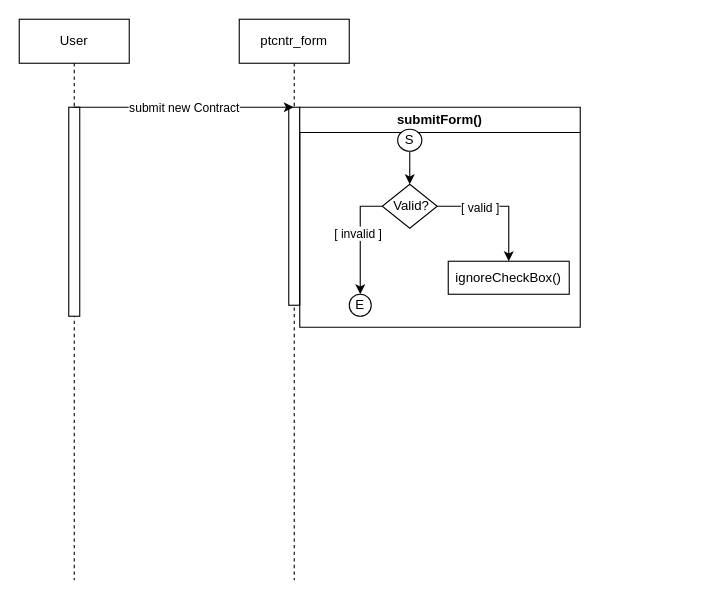
Before: Contract_Input_Form SequenceDiagram.drawio in mujianlo/hrpt_drawio, a draw.io diagram. Source tidied: cells renumbered, new cells numbered last; positions are measured from the earlier drawing's top-left corner, leaving out a move shared by most shapes. Both pictures are drawn from the tidied source at 110%, with x=0, y=0 at pixel (19, 19).
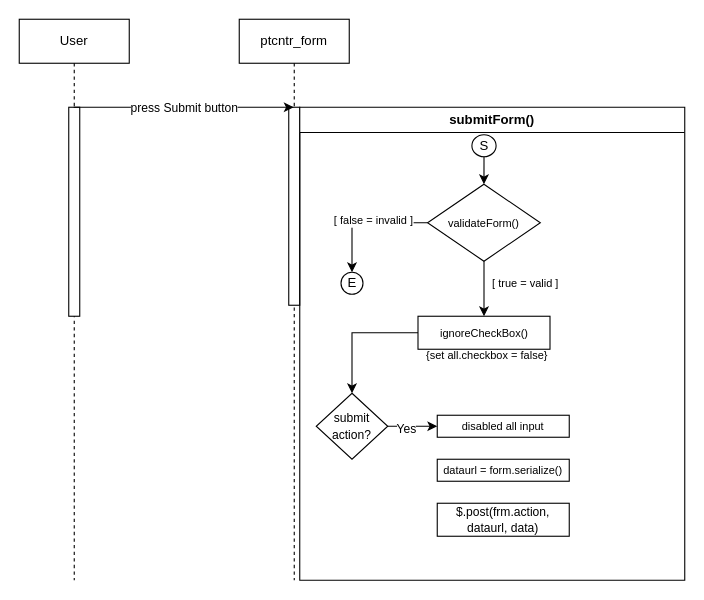
The same diagram, later.

Unchanged cells that the change refers to:
```xml
<mxCell id="6" style="endArrow=classic;html=1;rounded=0;" parent="1" edge="1" source="4" target="2">
  <mxGeometry relative="1" as="geometry">
    <Array as="points">
      <mxPoint x="130" y="80" />
    </Array>
  </mxGeometry>
</mxCell>
<mxCell id="11" style="edgeStyle=orthogonalEdgeStyle;rounded=0;jettySize=auto;html=1;" parent="8" edge="1" source="13" target="14">
  <mxGeometry relative="1" as="geometry" />
</mxCell>
```

The edit, as a diff of the source:
```diff
@@
-    <mxCell id="7" value="&lt;div&gt;submit new Contract&lt;/div&gt;" style="edgeLabel;html=1;align=center;verticalAlign=middle;" parent="6" vertex="1">
+    <mxCell id="7" value="press Submit button" style="edgeLabel;html=1;align=center;verticalAlign=middle;" parent="6" vertex="1">
       <mxGeometry relative="1" as="geometry" />
     </mxCell>
     <mxCell id="8" value="submitForm()" style="swimlane;whiteSpace=wrap;html=1;" parent="1" vertex="1">
-      <mxGeometry x="255" y="80" width="255" height="200" as="geometry" />
+      <mxGeometry x="255" y="80" width="350" height="430" as="geometry" />
     </mxCell>
+    <mxCell id="10" value="S" style="ellipse;whiteSpace=wrap;html=1;" parent="8" vertex="1">
+      <mxGeometry x="156.5" y="25" width="22" height="20" as="geometry" />
+    </mxCell>
-    <mxCell id="9" style="edgeStyle=orthogonalEdgeStyle;rounded=0;jettySize=auto;html=1;" parent="8" edge="1" source="10" target="13">
+    <mxCell id="9" style="edgeStyle=orthogonalEdgeStyle;rounded=0;jettySize=auto;html=1;entryX=0.5;entryY=0;entryDx=0;entryDy=0;" parent="8" edge="1" source="10" target="13">
       <mxGeometry relative="1" as="geometry" />
     </mxCell>
-    <mxCell id="10" value="S" style="ellipse;whiteSpace=wrap;html=1;" parent="8" vertex="1">
-      <mxGeometry x="89" y="20" width="22" height="20" as="geometry" />
-    </mxCell>
+    <mxCell id="13" value="&lt;font style=&quot;font-size: 10px;&quot;&gt;validateForm()&lt;/font&gt;" style="rhombus;whiteSpace=wrap;html=1;" parent="8" vertex="1">
+      <mxGeometry x="116.2" y="70" width="102.5" height="70" as="geometry" />
+    </mxCell>
+    <mxCell id="17" value="E" style="ellipse;whiteSpace=wrap;html=1;" parent="8" vertex="1">
+      <mxGeometry x="37.5" y="150" width="20" height="20" as="geometry" />
+    </mxCell>
+    <mxCell id="15" style="edgeStyle=orthogonalEdgeStyle;rounded=0;jettySize=auto;html=1;exitX=0;exitY=0.5;exitDx=0;exitDy=0;" parent="8" edge="1" source="13" target="17">
+      <mxGeometry relative="1" as="geometry" />
+    </mxCell>
+    <mxCell id="16" value="&lt;font style=&quot;font-size: 10px;&quot;&gt;[ false = invalid ]&lt;/font&gt;" style="edgeLabel;html=1;align=center;verticalAlign=middle;" parent="15" vertex="1">
+      <mxGeometry x="-0.12" y="-3" relative="1" as="geometry" />
+    </mxCell>
+    <mxCell id="18" value="&lt;font style=&quot;font-size: 10px;&quot;&gt;{set all.checkbox = false}&lt;/font&gt;" style="text;html=1;align=center;verticalAlign=middle;whiteSpace=wrap;rounded=0;" parent="8" vertex="1">
+      <mxGeometry x="107.5" y="210" width="125" height="30" as="geometry" />
+    </mxCell>
+    <mxCell id="19" style="edgeStyle=orthogonalEdgeStyle;rounded=0;jettySize=auto;html=1;" parent="8" edge="1" source="14" target="22">
+      <mxGeometry relative="1" as="geometry" />
+    </mxCell>
+    <mxCell id="14" value="&lt;font style=&quot;font-size: 10px;&quot;&gt;ignoreCheckBox()&lt;/font&gt;" style="rounded=0;whiteSpace=wrap;html=1;" parent="8" vertex="1">
+      <mxGeometry x="107.5" y="190" width="120" height="30" as="geometry" />
+    </mxCell>
@@
-    <mxCell id="12" value="[ valid ]" style="edgeLabel;html=1;align=center;verticalAlign=middle;" parent="11" vertex="1">
-      <mxGeometry x="-0.34" y="-1" relative="1" as="geometry" />
+    <mxCell id="12" value="&lt;font style=&quot;font-size: 10px;&quot;&gt;[ true = valid ]&lt;/font&gt;" style="edgeLabel;html=1;align=center;verticalAlign=middle;" parent="11" vertex="1">
+      <mxGeometry x="-0.34" y="-1" relative="1" as="geometry">
+        <mxPoint x="38" y="3" as="offset" />
+      </mxGeometry>
     </mxCell>
-    <mxCell id="13" value="&amp;nbsp;Valid?" style="rhombus;whiteSpace=wrap;html=1;" parent="8" vertex="1">
-      <mxGeometry x="75" y="70" width="50" height="40" as="geometry" />
-    </mxCell>
-    <mxCell id="14" value="ignoreCheckBox()" style="rounded=0;whiteSpace=wrap;html=1;" parent="8" vertex="1">
-      <mxGeometry x="135" y="140" width="110" height="30" as="geometry" />
-    </mxCell>
-    <mxCell id="15" style="edgeStyle=orthogonalEdgeStyle;rounded=0;jettySize=auto;html=1;exitX=0;exitY=0.5;exitDx=0;exitDy=0;" parent="8" edge="1" source="13" target="17">
-      <mxGeometry relative="1" as="geometry" />
-    </mxCell>
-    <mxCell id="16" value="[ invalid ]" style="edgeLabel;html=1;align=center;verticalAlign=middle;" parent="15" vertex="1">
-      <mxGeometry x="-0.12" y="-3" relative="1" as="geometry" />
-    </mxCell>
-    <mxCell id="17" value="E" style="ellipse;whiteSpace=wrap;html=1;" parent="8" vertex="1">
-      <mxGeometry x="45" y="170" width="20" height="20" as="geometry" />
-    </mxCell>
+    <mxCell id="20" style="edgeStyle=orthogonalEdgeStyle;rounded=0;jettySize=auto;html=1;" parent="8" edge="1" source="22" target="23">
+      <mxGeometry relative="1" as="geometry" />
+    </mxCell>
+    <mxCell id="21" value="Yes" style="edgeLabel;html=1;align=center;verticalAlign=middle;" parent="20" vertex="1">
+      <mxGeometry x="-0.27" y="-2" relative="1" as="geometry" />
+    </mxCell>
+    <mxCell id="22" value="&lt;font style=&quot;font-size: 11px;&quot;&gt;submit action?&lt;/font&gt;" style="rhombus;whiteSpace=wrap;html=1;" parent="8" vertex="1">
+      <mxGeometry x="15" y="260" width="65" height="60" as="geometry" />
+    </mxCell>
+    <mxCell id="23" value="&lt;font style=&quot;font-size: 10px;&quot;&gt;disabled all input&lt;br&gt;&lt;/font&gt;" style="rounded=0;whiteSpace=wrap;html=1;" parent="8" vertex="1">
+      <mxGeometry x="125" y="280" width="120" height="20" as="geometry" />
+    </mxCell>
+    <mxCell id="24" value="&lt;font style=&quot;font-size: 10px;&quot;&gt;dataurl = form.serialize()&lt;br&gt;&lt;/font&gt;" style="rounded=0;whiteSpace=wrap;html=1;" parent="8" vertex="1">
+      <mxGeometry x="125" y="320" width="120" height="20" as="geometry" />
+    </mxCell>
+    <mxCell id="25" value="&lt;font style=&quot;font-size: 11px;&quot;&gt;$.post(frm.action, dataurl, data)&lt;/font&gt;" style="rounded=0;whiteSpace=wrap;html=1;" parent="8" vertex="1">
+      <mxGeometry x="125" y="360" width="120" height="30" as="geometry" />
+    </mxCell>
```
